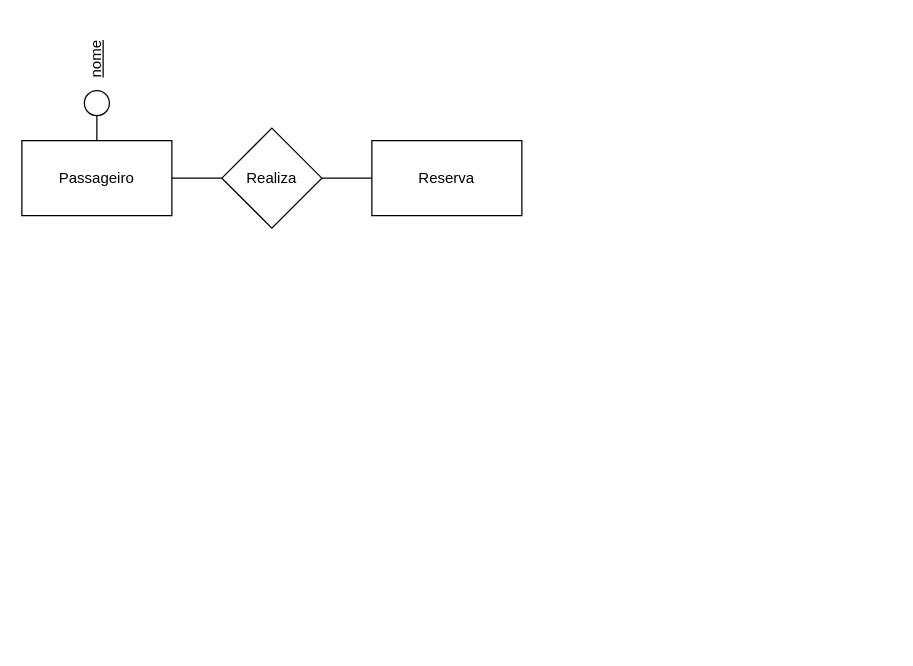
andreeeeeeeee/Engenharia_Software keeps this draw.io diagram as Lista1_28-03/Ex3.drawio. Above is the earlier version. Source tidied: cells renumbered, new cells numbered last; positions are measured from the earlier drawing's top-left corner, leaving out a move shared by most shapes. Both pictures are drawn from the tidied source at 125%, with x=0, y=0 at pixel (21, 40).
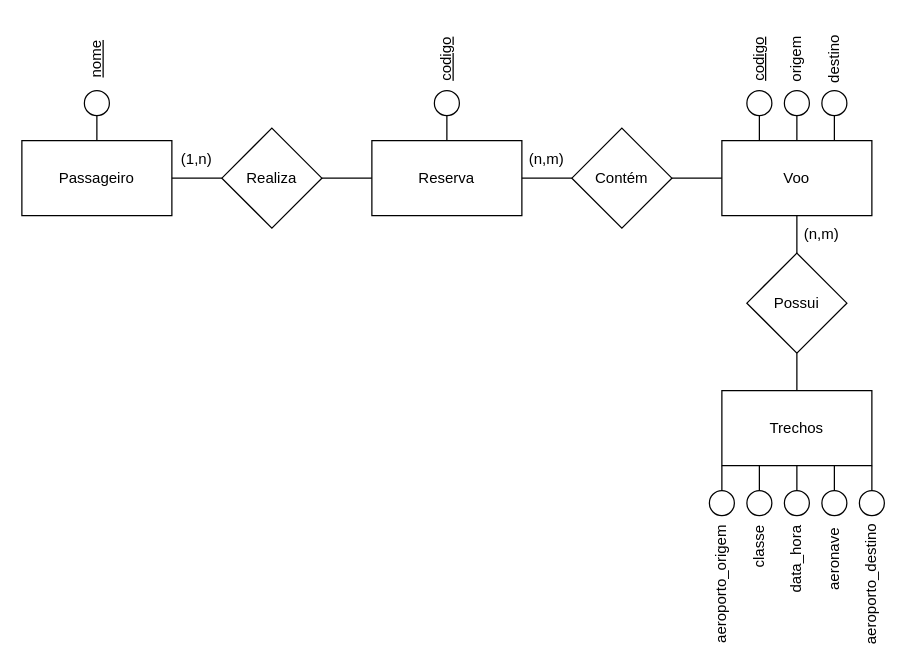
Above is the later version.

The change refers to these unchanged cells:
```xml
<mxCell id="2" value="Passageiro" style="rounded=0;whiteSpace=wrap;html=1;" parent="1" vertex="1">
  <mxGeometry y="80" width="120" height="60" as="geometry" />
</mxCell>
<mxCell id="3" value="Realiza" style="rhombus;whiteSpace=wrap;html=1;" parent="1" vertex="1">
  <mxGeometry x="160" y="70" width="80" height="80" as="geometry" />
</mxCell>
<mxCell id="4" value="Reserva" style="rounded=0;whiteSpace=wrap;html=1;" parent="1" vertex="1">
  <mxGeometry x="280" y="80" width="120" height="60" as="geometry" />
</mxCell>
<mxCell id="5" style="ellipse;whiteSpace=wrap;html=1;" parent="1" vertex="1">
  <mxGeometry x="50" y="40" width="20" height="20" as="geometry" />
</mxCell>
```

Diff of the diagram source:
```diff
@@
-    <mxCell id="7" style="endArrow=none;html=1;rounded=0;entryX=0.5;entryY=1;entryDx=0;entryDy=0;exitX=0.5;exitY=0;exitDx=0;exitDy=0;" parent="1" edge="1" source="2" target="5">
+    <mxCell id="7" style="endArrow=none;html=1;rounded=0;" parent="1" edge="1" source="2" target="5">
       <mxGeometry relative="1" as="geometry" />
     </mxCell>
-    <mxCell id="8" style="endArrow=none;html=1;rounded=0;entryX=0;entryY=0.5;entryDx=0;entryDy=0;" parent="1" edge="1" target="3">
-      <mxGeometry relative="1" as="geometry">
-        <mxPoint x="120" y="110" as="sourcePoint" />
-      </mxGeometry>
+    <mxCell id="8" style="endArrow=none;html=1;rounded=0;" parent="1" edge="1" source="2" target="3">
+      <mxGeometry relative="1" as="geometry" />
     </mxCell>
-    <mxCell id="9" style="endArrow=none;html=1;rounded=0;entryX=0;entryY=0.5;entryDx=0;entryDy=0;" parent="1" edge="1" target="4">
-      <mxGeometry relative="1" as="geometry">
-        <mxPoint x="240" y="110" as="sourcePoint" />
-      </mxGeometry>
+    <mxCell id="9" style="endArrow=none;html=1;rounded=0;" parent="1" edge="1" source="3" target="4">
+      <mxGeometry relative="1" as="geometry" />
     </mxCell>
+    <mxCell id="10" value="Contém" style="rhombus;whiteSpace=wrap;html=1;" parent="1" vertex="1">
+      <mxGeometry x="440" y="70" width="80" height="80" as="geometry" />
+    </mxCell>
+    <mxCell id="11" value="Voo" style="rounded=0;whiteSpace=wrap;html=1;" parent="1" vertex="1">
+      <mxGeometry x="560" y="80" width="120" height="60" as="geometry" />
+    </mxCell>
+    <mxCell id="12" value="Possui" style="rhombus;whiteSpace=wrap;html=1;" parent="1" vertex="1">
+      <mxGeometry x="580" y="170" width="80" height="80" as="geometry" />
+    </mxCell>
+    <mxCell id="13" value="Trechos" style="rounded=0;whiteSpace=wrap;html=1;" parent="1" vertex="1">
+      <mxGeometry x="560" y="280" width="120" height="60" as="geometry" />
+    </mxCell>
+    <mxCell id="14" style="endArrow=none;html=1;rounded=0;" parent="1" edge="1" source="4" target="10">
+      <mxGeometry relative="1" as="geometry" />
+    </mxCell>
+    <mxCell id="15" style="endArrow=none;html=1;rounded=0;" parent="1" edge="1" source="10" target="11">
+      <mxGeometry relative="1" as="geometry" />
+    </mxCell>
+    <mxCell id="16" style="endArrow=none;html=1;rounded=0;" parent="1" edge="1" source="11" target="12">
+      <mxGeometry relative="1" as="geometry" />
+    </mxCell>
+    <mxCell id="17" style="endArrow=none;html=1;rounded=0;" parent="1" edge="1" source="12" target="13">
+      <mxGeometry relative="1" as="geometry" />
+    </mxCell>
+    <mxCell id="18" style="ellipse;whiteSpace=wrap;html=1;" parent="1" vertex="1">
+      <mxGeometry x="610" y="40" width="20" height="20" as="geometry" />
+    </mxCell>
+    <mxCell id="19" style="ellipse;whiteSpace=wrap;html=1;" parent="1" vertex="1">
+      <mxGeometry x="640" y="40" width="20" height="20" as="geometry" />
+    </mxCell>
+    <mxCell id="20" style="ellipse;whiteSpace=wrap;html=1;" parent="1" vertex="1">
+      <mxGeometry x="580" y="40" width="20" height="20" as="geometry" />
+    </mxCell>
+    <mxCell id="21" style="endArrow=none;html=1;rounded=0;exitX=0.25;exitY=0;exitDx=0;exitDy=0;" parent="1" edge="1" source="11" target="20">
+      <mxGeometry relative="1" as="geometry" />
+    </mxCell>
+    <mxCell id="22" style="endArrow=none;html=1;rounded=0;" parent="1" edge="1" source="11" target="18">
+      <mxGeometry relative="1" as="geometry" />
+    </mxCell>
+    <mxCell id="23" style="endArrow=none;html=1;rounded=0;exitX=0.75;exitY=0;exitDx=0;exitDy=0;" parent="1" edge="1" source="11" target="19">
+      <mxGeometry relative="1" as="geometry" />
+    </mxCell>
+    <mxCell id="24" value="&lt;u&gt;codigo&lt;/u&gt;" style="text;html=1;strokeColor=none;fillColor=none;align=center;verticalAlign=middle;whiteSpace=wrap;rounded=0;rotation=-90;" parent="1" vertex="1">
+      <mxGeometry x="560" width="60" height="30" as="geometry" />
+    </mxCell>
+    <mxCell id="25" value="origem" style="text;html=1;strokeColor=none;fillColor=none;align=center;verticalAlign=middle;whiteSpace=wrap;rounded=0;rotation=-90;" parent="1" vertex="1">
+      <mxGeometry x="590" width="60" height="30" as="geometry" />
+    </mxCell>
+    <mxCell id="26" value="destino" style="text;html=1;strokeColor=none;fillColor=none;align=center;verticalAlign=middle;whiteSpace=wrap;rounded=0;rotation=-90;" parent="1" vertex="1">
+      <mxGeometry x="620" width="60" height="30" as="geometry" />
+    </mxCell>
+    <mxCell id="27" style="ellipse;whiteSpace=wrap;html=1;" parent="1" vertex="1">
+      <mxGeometry x="610" y="360" width="20" height="20" as="geometry" />
+    </mxCell>
+    <mxCell id="28" style="ellipse;whiteSpace=wrap;html=1;" parent="1" vertex="1">
+      <mxGeometry x="640" y="360" width="20" height="20" as="geometry" />
+    </mxCell>
+    <mxCell id="29" style="ellipse;whiteSpace=wrap;html=1;" parent="1" vertex="1">
+      <mxGeometry x="580" y="360" width="20" height="20" as="geometry" />
+    </mxCell>
+    <mxCell id="30" style="endArrow=none;html=1;rounded=0;entryX=0.25;entryY=1;entryDx=0;entryDy=0;" parent="1" edge="1" source="29" target="13">
+      <mxGeometry relative="1" as="geometry" />
+    </mxCell>
+    <mxCell id="31" style="endArrow=none;html=1;rounded=0;" parent="1" edge="1" source="13" target="27">
+      <mxGeometry relative="1" as="geometry" />
+    </mxCell>
+    <mxCell id="32" style="endArrow=none;html=1;rounded=0;exitX=0.75;exitY=1;exitDx=0;exitDy=0;" parent="1" edge="1" source="13" target="28">
+      <mxGeometry relative="1" as="geometry" />
+    </mxCell>
+    <mxCell id="33" value="data_hora" style="text;html=1;strokeColor=none;fillColor=none;align=center;verticalAlign=middle;whiteSpace=wrap;rounded=0;rotation=-90;" parent="1" vertex="1">
+      <mxGeometry x="590" y="400" width="60" height="30" as="geometry" />
+    </mxCell>
+    <mxCell id="34" value="aeroporto_destino" style="text;html=1;strokeColor=none;fillColor=none;align=center;verticalAlign=middle;whiteSpace=wrap;rounded=0;rotation=-90;" parent="1" vertex="1">
+      <mxGeometry x="650" y="420" width="60" height="30" as="geometry" />
+    </mxCell>
+    <mxCell id="35" value="aeroporto_origem" style="text;html=1;strokeColor=none;fillColor=none;align=center;verticalAlign=middle;whiteSpace=wrap;rounded=0;rotation=-90;" parent="1" vertex="1">
+      <mxGeometry x="530" y="420" width="60" height="30" as="geometry" />
+    </mxCell>
+    <mxCell id="36" style="ellipse;whiteSpace=wrap;html=1;" parent="1" vertex="1">
+      <mxGeometry x="550" y="360" width="20" height="20" as="geometry" />
+    </mxCell>
+    <mxCell id="37" style="ellipse;whiteSpace=wrap;html=1;" parent="1" vertex="1">
+      <mxGeometry x="670" y="360" width="20" height="20" as="geometry" />
+    </mxCell>
+    <mxCell id="38" style="endArrow=none;html=1;rounded=0;exitX=0;exitY=1;exitDx=0;exitDy=0;" parent="1" edge="1" source="13" target="36">
+      <mxGeometry relative="1" as="geometry" />
+    </mxCell>
+    <mxCell id="39" style="endArrow=none;html=1;rounded=0;entryX=1;entryY=1;entryDx=0;entryDy=0;" parent="1" edge="1" source="37" target="13">
+      <mxGeometry relative="1" as="geometry" />
+    </mxCell>
+    <mxCell id="40" value="classe" style="text;html=1;strokeColor=none;fillColor=none;align=center;verticalAlign=middle;whiteSpace=wrap;rounded=0;rotation=-90;" parent="1" vertex="1">
+      <mxGeometry x="560" y="390" width="60" height="30" as="geometry" />
+    </mxCell>
+    <mxCell id="41" value="aeronave" style="text;html=1;strokeColor=none;fillColor=none;align=center;verticalAlign=middle;whiteSpace=wrap;rounded=0;rotation=-90;" parent="1" vertex="1">
+      <mxGeometry x="620" y="400" width="60" height="30" as="geometry" />
+    </mxCell>
+    <mxCell id="42" value="&lt;u&gt;codigo&lt;/u&gt;" style="text;html=1;strokeColor=none;fillColor=none;align=center;verticalAlign=middle;whiteSpace=wrap;rounded=0;rotation=-90;" parent="1" vertex="1">
+      <mxGeometry x="310" width="60" height="30" as="geometry" />
+    </mxCell>
+    <mxCell id="43" style="ellipse;whiteSpace=wrap;html=1;" parent="1" vertex="1">
+      <mxGeometry x="330" y="40" width="20" height="20" as="geometry" />
+    </mxCell>
+    <mxCell id="44" style="endArrow=none;html=1;rounded=0;" parent="1" edge="1" source="43" target="4">
+      <mxGeometry relative="1" as="geometry" />
+    </mxCell>
+    <mxCell id="45" value="(1,n)" style="text;html=1;strokeColor=none;fillColor=none;align=center;verticalAlign=middle;whiteSpace=wrap;rounded=0;" parent="1" vertex="1">
+      <mxGeometry x="110" y="80" width="60" height="30" as="geometry" />
+    </mxCell>
+    <mxCell id="46" value="(n,m)" style="text;html=1;strokeColor=none;fillColor=none;align=center;verticalAlign=middle;whiteSpace=wrap;rounded=0;" parent="1" vertex="1">
+      <mxGeometry x="390" y="80" width="60" height="30" as="geometry" />
+    </mxCell>
+    <mxCell id="47" value="(n,m)" style="text;html=1;strokeColor=none;fillColor=none;align=center;verticalAlign=middle;whiteSpace=wrap;rounded=0;" parent="1" vertex="1">
+      <mxGeometry x="610" y="140" width="60" height="30" as="geometry" />
+    </mxCell>
```
